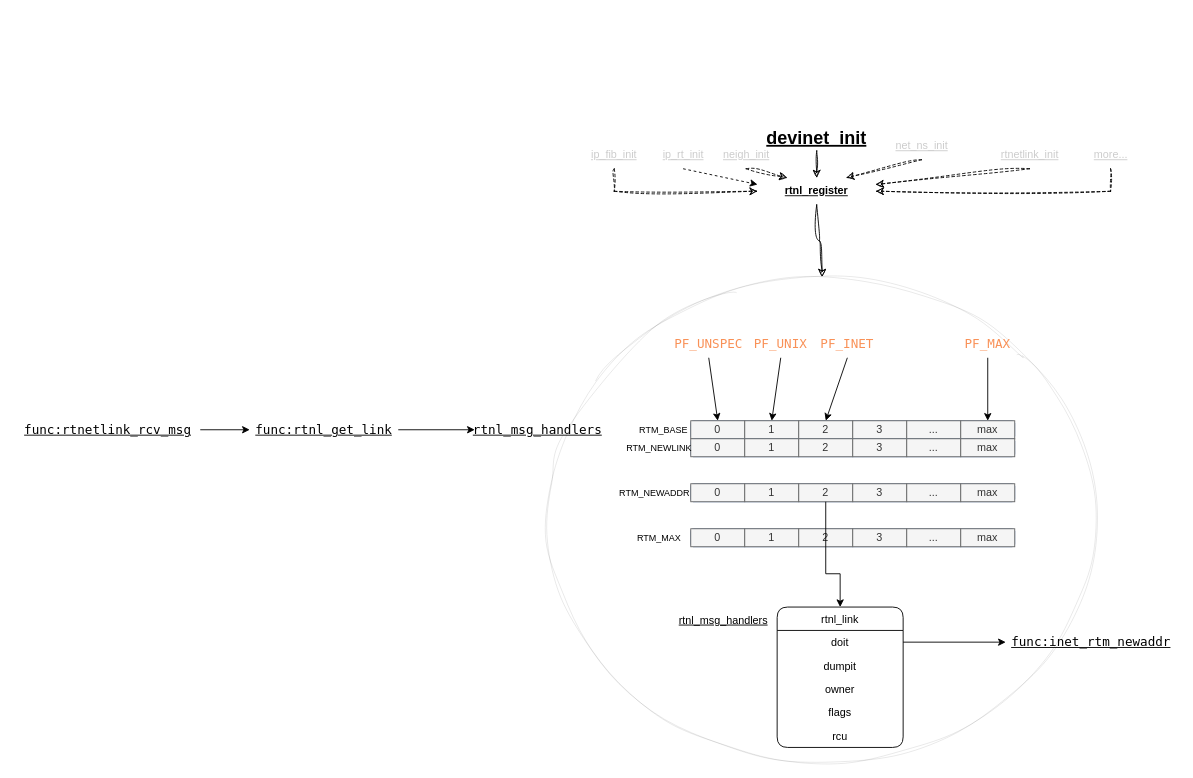
This is page "rtnl_register" (7 of 10) of kernel.drawio from adinxu/draw.io, a draw.io file, before an edit. Source tidied: cells renumbered, new cells numbered last; positions are measured from the earlier drawing's top-left corner, leaving out a move shared by most shapes. Both pictures are drawn from the tidied source at 90%, with x=0, y=0 at pixel (15, 123).
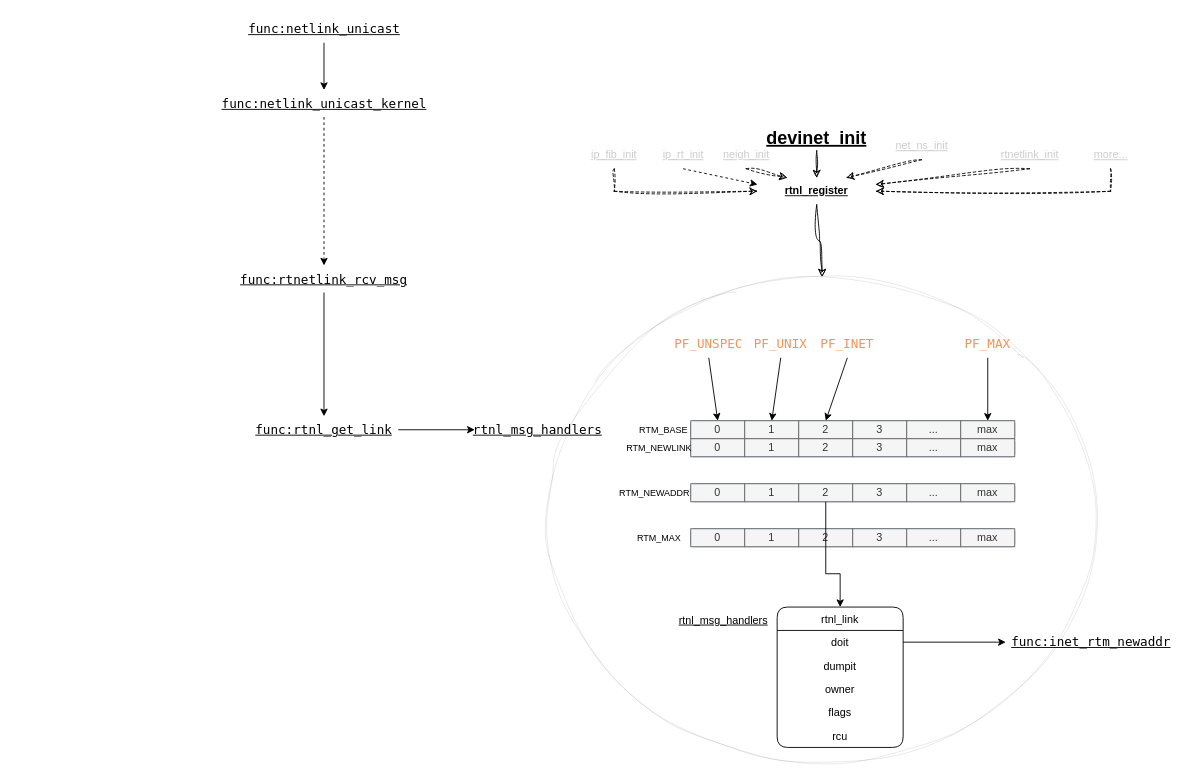
The same diagram, later.

Change to the diagram source:
```diff
@@
-    <mxCell id="30" value="&lt;span style=&quot;font-style: normal; font-variant-caps: normal; font-weight: 400; letter-spacing: normal; text-align: start; text-indent: 0px; text-transform: none; word-spacing: 0px; -webkit-text-stroke-width: 0px; caret-color: rgb(204, 204, 204); font-family: &amp;quot;Source Code Pro&amp;quot;, &amp;quot;DejaVu Sans Mono&amp;quot;, &amp;quot;Ubuntu Mono&amp;quot;, &amp;quot;Anonymous Pro&amp;quot;, &amp;quot;Droid Sans Mono&amp;quot;, Menlo, Monaco, Consolas, Inconsolata, Courier, monospace, &amp;quot;PingFang SC&amp;quot;, &amp;quot;Microsoft YaHei&amp;quot;, sans-serif; font-size: 14px; float: none; display: inline !important;&quot;&gt;func:rtnetlink_rcv_msg&lt;/span&gt;" style="text;html=1;strokeColor=none;fillColor=none;align=center;verticalAlign=middle;whiteSpace=wrap;rounded=0;labelBackgroundColor=none;fontColor=default;fontStyle=4;" parent="1" vertex="1">
-      <mxGeometry y="325" width="205" height="30" as="geometry" />
+    <mxCell id="30" value="&lt;span style=&quot;font-style: normal; font-variant-caps: normal; font-weight: 400; letter-spacing: normal; text-align: start; text-indent: 0px; text-transform: none; word-spacing: 0px; -webkit-text-stroke-width: 0px; caret-color: rgb(204, 204, 204); font-family: &amp;quot;Source Code Pro&amp;quot;, &amp;quot;DejaVu Sans Mono&amp;quot;, &amp;quot;Ubuntu Mono&amp;quot;, &amp;quot;Anonymous Pro&amp;quot;, &amp;quot;Droid Sans Mono&amp;quot;, Menlo, Monaco, Consolas, Inconsolata, Courier, monospace, &amp;quot;PingFang SC&amp;quot;, &amp;quot;Microsoft YaHei&amp;quot;, sans-serif; font-size: 14px; float: none; display: inline !important;&quot;&gt;func:rtnetlink_rcv_msg&lt;/span&gt;" style="text;html=1;strokeColor=none;fillColor=none;align=center;verticalAlign=middle;whiteSpace=wrap;rounded=0;labelBackgroundColor=none;fontColor=default;fontStyle=4;dashed=1;" parent="1" vertex="1">
+      <mxGeometry x="240" y="157.5" width="205" height="30" as="geometry" />
     </mxCell>
@@
+    <mxCell id="74" style="edgeStyle=orthogonalEdgeStyle;rounded=0;jettySize=auto;html=1;dashed=1;" parent="1" edge="1" source="75" target="30">
+      <mxGeometry relative="1" as="geometry" />
+    </mxCell>
+    <mxCell id="75" value="&lt;span style=&quot;font-style: normal; font-variant-caps: normal; font-weight: 400; letter-spacing: normal; text-align: start; text-indent: 0px; text-transform: none; word-spacing: 0px; -webkit-text-stroke-width: 0px; caret-color: rgb(204, 204, 204); font-family: &amp;quot;Source Code Pro&amp;quot;, &amp;quot;DejaVu Sans Mono&amp;quot;, &amp;quot;Ubuntu Mono&amp;quot;, &amp;quot;Anonymous Pro&amp;quot;, &amp;quot;Droid Sans Mono&amp;quot;, Menlo, Monaco, Consolas, Inconsolata, Courier, monospace, &amp;quot;PingFang SC&amp;quot;, &amp;quot;Microsoft YaHei&amp;quot;, sans-serif; font-size: 14px; float: none; display: inline !important;&quot;&gt;func:netlink_unicast_kernel&lt;/span&gt;" style="text;html=1;strokeColor=none;fillColor=none;align=center;verticalAlign=middle;whiteSpace=wrap;rounded=0;labelBackgroundColor=none;fontColor=default;fontStyle=4;" parent="1" vertex="1">
+      <mxGeometry x="222.5" y="-37.5" width="240" height="30" as="geometry" />
+    </mxCell>
+    <mxCell id="76" style="edgeStyle=orthogonalEdgeStyle;rounded=0;jettySize=auto;html=1;" parent="1" edge="1" source="77" target="75">
+      <mxGeometry relative="1" as="geometry" />
+    </mxCell>
+    <mxCell id="77" value="&lt;span style=&quot;font-style: normal; font-variant-caps: normal; font-weight: 400; letter-spacing: normal; text-align: start; text-indent: 0px; text-transform: none; word-spacing: 0px; -webkit-text-stroke-width: 0px; caret-color: rgb(204, 204, 204); font-family: &amp;quot;Source Code Pro&amp;quot;, &amp;quot;DejaVu Sans Mono&amp;quot;, &amp;quot;Ubuntu Mono&amp;quot;, &amp;quot;Anonymous Pro&amp;quot;, &amp;quot;Droid Sans Mono&amp;quot;, Menlo, Monaco, Consolas, Inconsolata, Courier, monospace, &amp;quot;PingFang SC&amp;quot;, &amp;quot;Microsoft YaHei&amp;quot;, sans-serif; font-size: 14px; float: none; display: inline !important;&quot;&gt;func:netlink_unicast&lt;/span&gt;" style="text;html=1;strokeColor=none;fillColor=none;align=center;verticalAlign=middle;whiteSpace=wrap;rounded=0;labelBackgroundColor=none;fontColor=default;fontStyle=4;" parent="1" vertex="1">
+      <mxGeometry x="222.5" y="-120" width="240" height="30" as="geometry" />
+    </mxCell>
```
